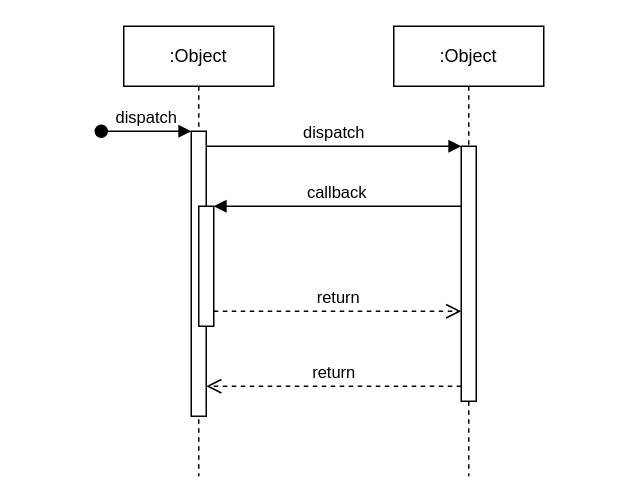
Above: Untitled Diagram.drawio in uvic-teach/project-m1-team8 (draw.io), before the change. Source tidied: cells renumbered, new cells numbered last; positions are measured from the earlier drawing's top-left corner, leaving out a move shared by most shapes. Both pictures are drawn from the tidied source at 150%, with x=0, y=0 at pixel (100, 26).
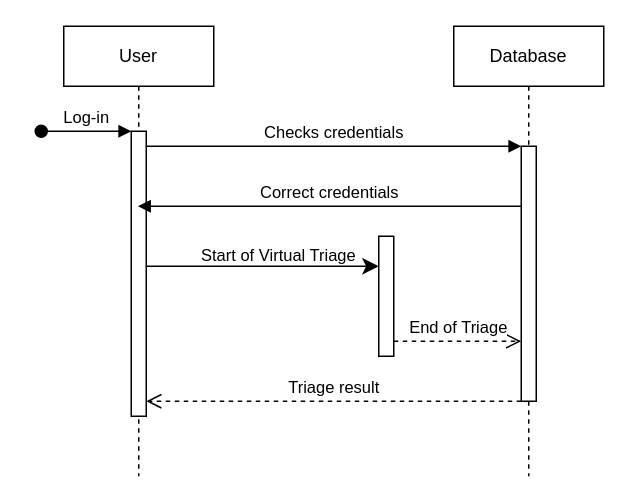
After the change.

The change refers to these unchanged cells:
```xml
<mxCell id="3" style="html=1;points=[];perimeter=orthogonalPerimeter;outlineConnect=0;targetShapes=umlLifeline;portConstraint=eastwest;newEdgeStyle={&quot;edgeStyle&quot;:&quot;elbowEdgeStyle&quot;,&quot;elbow&quot;:&quot;vertical&quot;,&quot;curved&quot;:0,&quot;rounded&quot;:0};" parent="2" vertex="1">
  <mxGeometry x="45" y="70" width="10" height="190" as="geometry" />
</mxCell>
<mxCell id="7" style="html=1;points=[];perimeter=orthogonalPerimeter;outlineConnect=0;targetShapes=umlLifeline;portConstraint=eastwest;newEdgeStyle={&quot;edgeStyle&quot;:&quot;elbowEdgeStyle&quot;,&quot;elbow&quot;:&quot;vertical&quot;,&quot;curved&quot;:0,&quot;rounded&quot;:0};" parent="6" vertex="1">
  <mxGeometry x="45" y="80" width="10" height="170" as="geometry" />
</mxCell>
```

The edit, as a diff of the source:
```diff
@@
-    <mxCell id="2" value=":Object" style="shape=umlLifeline;perimeter=lifelinePerimeter;whiteSpace=wrap;html=1;outlineConnect=0;portConstraint=eastwest;newEdgeStyle={&quot;edgeStyle&quot;:&quot;elbowEdgeStyle&quot;,&quot;elbow&quot;:&quot;vertical&quot;,&quot;curved&quot;:0,&quot;rounded&quot;:0};" parent="1" vertex="1">
-      <mxGeometry x="15" width="100" height="300" as="geometry" />
+    <mxCell id="2" value="User" style="shape=umlLifeline;perimeter=lifelinePerimeter;whiteSpace=wrap;html=1;outlineConnect=0;portConstraint=eastwest;newEdgeStyle={&quot;edgeStyle&quot;:&quot;elbowEdgeStyle&quot;,&quot;elbow&quot;:&quot;vertical&quot;,&quot;curved&quot;:0,&quot;rounded&quot;:0};" parent="1" vertex="1">
+      <mxGeometry x="-25" width="100" height="300" as="geometry" />
     </mxCell>
@@
-    <mxCell id="4" value="dispatch" style="html=1;verticalAlign=bottom;startArrow=oval;endArrow=block;startSize=8;edgeStyle=elbowEdgeStyle;elbow=vertical;curved=0;rounded=0;" parent="2" edge="1" target="3">
+    <mxCell id="4" value="Log-in" style="html=1;verticalAlign=bottom;startArrow=oval;endArrow=block;startSize=8;edgeStyle=elbowEdgeStyle;elbow=vertical;curved=0;rounded=0;" parent="2" edge="1" target="3">
       <mxGeometry relative="1" as="geometry">
         <mxPoint x="-15" y="70" as="sourcePoint" />
       </mxGeometry>
     </mxCell>
-    <mxCell id="5" style="html=1;points=[];perimeter=orthogonalPerimeter;outlineConnect=0;targetShapes=umlLifeline;portConstraint=eastwest;newEdgeStyle={&quot;edgeStyle&quot;:&quot;elbowEdgeStyle&quot;,&quot;elbow&quot;:&quot;vertical&quot;,&quot;curved&quot;:0,&quot;rounded&quot;:0};" parent="2" vertex="1">
-      <mxGeometry x="50" y="120" width="10" height="80" as="geometry" />
-    </mxCell>
-    <mxCell id="6" value=":Object" style="shape=umlLifeline;perimeter=lifelinePerimeter;whiteSpace=wrap;html=1;newEdgeStyle={&quot;edgeStyle&quot;:&quot;elbowEdgeStyle&quot;,&quot;elbow&quot;:&quot;vertical&quot;,&quot;curved&quot;:0,&quot;rounded&quot;:0};" parent="1" vertex="1">
-      <mxGeometry x="195" width="100" height="300" as="geometry" />
+    <mxCell id="6" value="Database" style="shape=umlLifeline;perimeter=lifelinePerimeter;whiteSpace=wrap;html=1;newEdgeStyle={&quot;edgeStyle&quot;:&quot;elbowEdgeStyle&quot;,&quot;elbow&quot;:&quot;vertical&quot;,&quot;curved&quot;:0,&quot;rounded&quot;:0};" parent="1" vertex="1">
+      <mxGeometry x="235" width="100" height="300" as="geometry" />
     </mxCell>
@@
-    <mxCell id="8" value="dispatch" style="html=1;verticalAlign=bottom;endArrow=block;edgeStyle=elbowEdgeStyle;elbow=vertical;curved=0;rounded=0;" parent="1" edge="1" source="3" target="7">
+    <mxCell id="8" value="Checks credentials" style="html=1;verticalAlign=bottom;endArrow=block;edgeStyle=elbowEdgeStyle;elbow=vertical;curved=0;rounded=0;" parent="1" edge="1" source="3" target="7">
       <mxGeometry relative="1" as="geometry">
         <Array as="points">
           <mxPoint x="155" y="80" />
         </Array>
       </mxGeometry>
     </mxCell>
-    <mxCell id="9" value="return" style="html=1;verticalAlign=bottom;endArrow=open;dashed=1;endSize=8;edgeStyle=elbowEdgeStyle;elbow=vertical;curved=0;rounded=0;" parent="1" edge="1" source="7" target="3">
+    <mxCell id="9" value="Triage result" style="html=1;verticalAlign=bottom;endArrow=open;dashed=1;endSize=8;edgeStyle=elbowEdgeStyle;elbow=vertical;curved=0;rounded=0;" parent="1" edge="1" source="7" target="3">
       <mxGeometry relative="1" as="geometry">
         <Array as="points">
-          <mxPoint x="165" y="240" />
+          <mxPoint x="165" y="250" />
         </Array>
       </mxGeometry>
     </mxCell>
-    <mxCell id="10" value="callback" style="html=1;verticalAlign=bottom;endArrow=block;edgeStyle=elbowEdgeStyle;elbow=vertical;curved=0;rounded=0;" parent="1" edge="1" source="7" target="5">
+    <mxCell id="10" value="Correct credentials" style="html=1;verticalAlign=bottom;endArrow=block;edgeStyle=elbowEdgeStyle;elbow=vertical;curved=0;rounded=0;" parent="1" edge="1" source="7" target="2">
       <mxGeometry relative="1" as="geometry">
         <Array as="points">
           <mxPoint x="165" y="120" />
         </Array>
       </mxGeometry>
     </mxCell>
-    <mxCell id="11" value="return" style="html=1;verticalAlign=bottom;endArrow=open;dashed=1;endSize=8;edgeStyle=elbowEdgeStyle;elbow=vertical;curved=0;rounded=0;" parent="1" edge="1" source="5" target="7">
+    <mxCell id="11" value="End of Triage" style="html=1;verticalAlign=bottom;endArrow=open;dashed=1;endSize=8;edgeStyle=elbowEdgeStyle;elbow=vertical;curved=0;rounded=0;" parent="1" edge="1" source="5" target="7">
       <mxGeometry relative="1" as="geometry">
         <Array as="points">
-          <mxPoint x="155" y="190" />
+          <mxPoint x="205" y="210" />
+          <mxPoint x="155" y="220" />
         </Array>
       </mxGeometry>
     </mxCell>
+    <mxCell id="12" style="endArrow=classic;html=1;rounded=0;fontSize=12;startSize=8;endSize=8;curved=1;" parent="1" edge="1" source="3" target="5">
+      <mxGeometry relative="1" as="geometry">
+        <Array as="points">
+          <mxPoint x="165" y="160" />
+        </Array>
+      </mxGeometry>
+    </mxCell>
+    <mxCell id="13" value="&lt;span style=&quot;color: rgb(0, 0, 0); font-family: Helvetica; font-size: 11px; font-style: normal; font-variant-ligatures: normal; font-variant-caps: normal; font-weight: 400; letter-spacing: normal; orphans: 2; text-align: center; text-indent: 0px; text-transform: none; widows: 2; word-spacing: 0px; -webkit-text-stroke-width: 0px; background-color: rgb(255, 255, 255); text-decoration-thickness: initial; text-decoration-style: initial; text-decoration-color: initial; float: none; display: inline !important;&quot;&gt;Start of Virtual Triage&lt;/span&gt;" style="text;whiteSpace=wrap;html=1;fontSize=16;" parent="1" vertex="1">
+      <mxGeometry x="65" y="135" width="110" height="30" as="geometry" />
+    </mxCell>
+    <mxCell id="5" style="html=1;points=[];perimeter=orthogonalPerimeter;outlineConnect=0;targetShapes=umlLifeline;portConstraint=eastwest;newEdgeStyle={&quot;edgeStyle&quot;:&quot;elbowEdgeStyle&quot;,&quot;elbow&quot;:&quot;vertical&quot;,&quot;curved&quot;:0,&quot;rounded&quot;:0};" parent="1" vertex="1">
+      <mxGeometry x="185" y="140" width="10" height="80" as="geometry" />
+    </mxCell>
```
